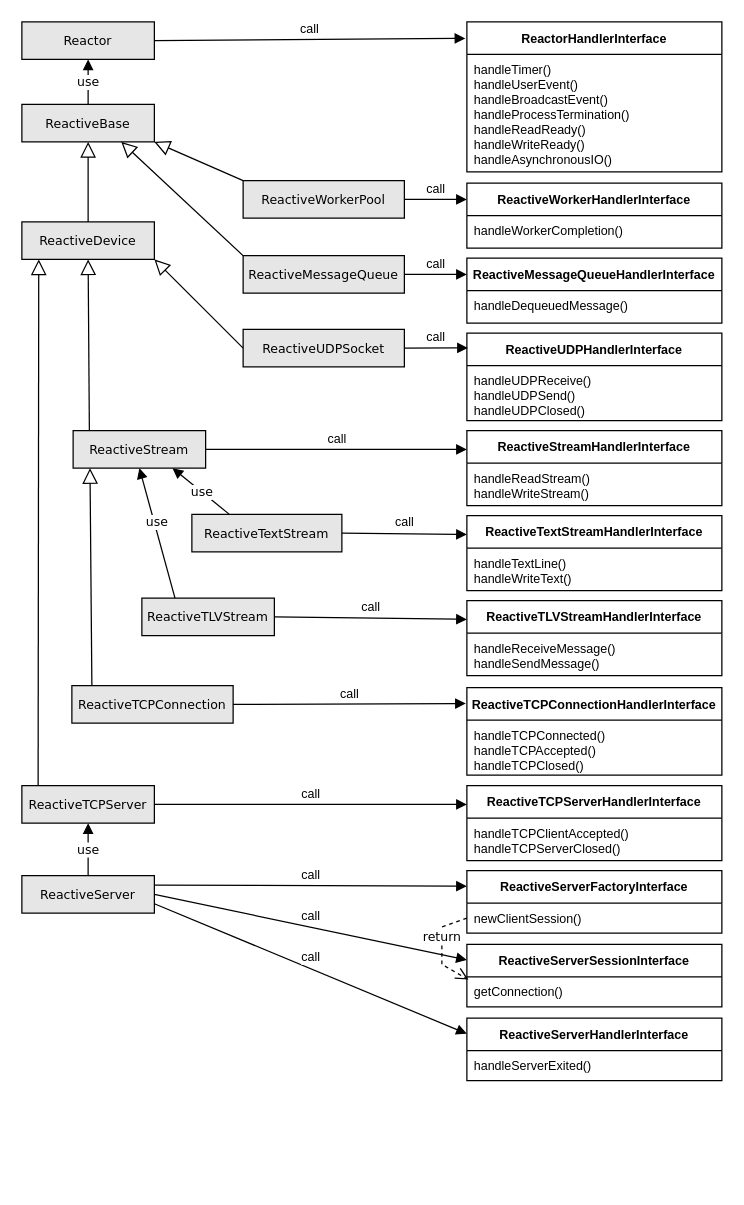
The draw.io diagram diagrams/reactive-interfaces.drawio in tsduck/tsduck-presentations, before the edit. Source tidied: cells renumbered, new cells numbered last; positions are measured from the earlier drawing's top-left corner, leaving out a move shared by most shapes. Both pictures are drawn from the tidied source at 125%, with x=0, y=0 at pixel (21, 21).
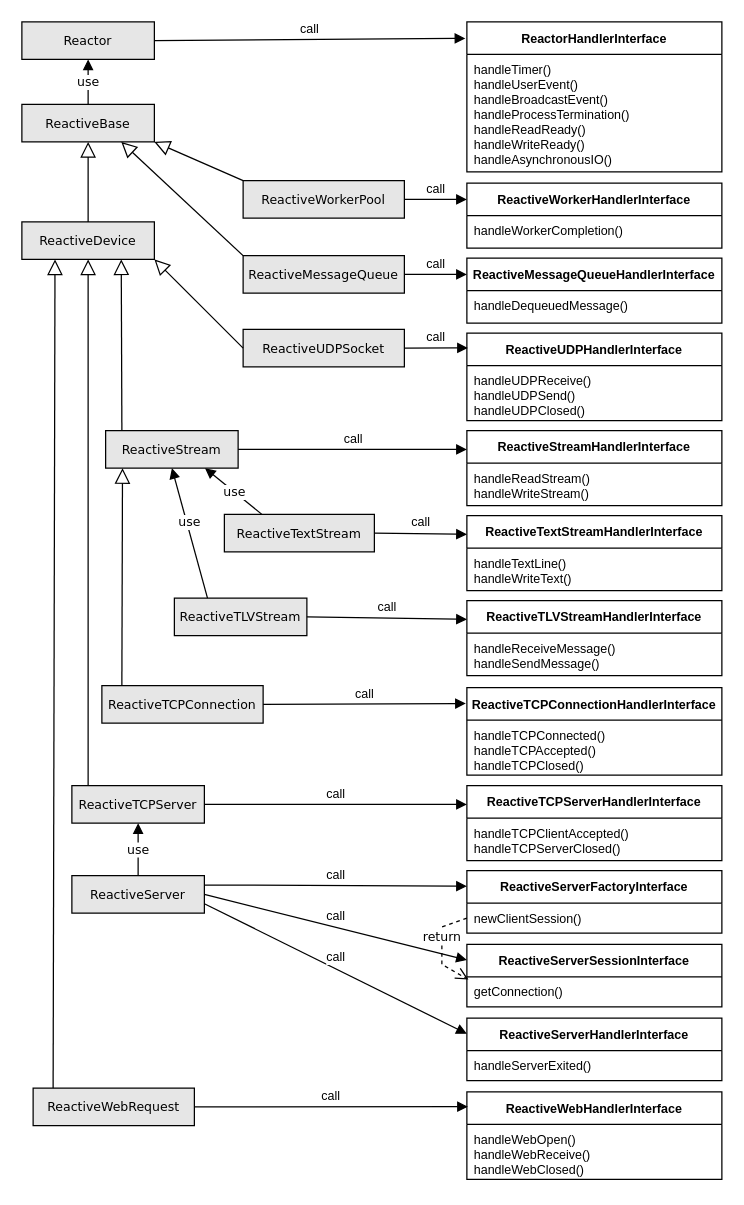
The same page after the edit.

The change refers to these unchanged cells:
```xml
<mxCell id="6" value="ReactiveDevice" style="html=1;whiteSpace=wrap;points=[[0,0,0,0,0],[0,0.25,0,0,0],[0,0.5,0,0,0],[0,0.75,0,0,0],[0,1,0,0,0],[0.127273,1,0,0,0],[0.25,0,0,0,0],[0.25,1,0,0,0],[0.381818,1,0,0,0],[0.383333,0,0,0,0],[0.5,0,0,0,0],[0.5,1,0,0,0],[0.627273,1,0,0,0],[0.75,0,0,0,0],[0.75,1,0,0,0],[0.881818,1,0,0,0],[1,0,0,0,0],[1,0.25,0,0,0],[1,0.5,0,0,0],[1,0.75,0,0,0],[1,1,0,0,0]];fillColor=#E6E6E6;fontSize=10;fontFamily=Verdana;" parent="1" vertex="1">
  <mxGeometry y="160" width="106" height="30" as="geometry" />
</mxCell>
```

Change to the diagram source:
```diff
@@
-    <mxCell id="12" style="endArrow=block;endSize=10;endFill=0;html=1;rounded=0;exitX=0.122642;exitY=0;exitDx=0;exitDy=0;exitPerimeter=0;fontSize=10;fontFamily=Verdana;entryX=0.127273;entryY=1;entryDx=0;entryDy=0;entryPerimeter=0;" parent="1" edge="1" source="15" target="6">
+    <mxCell id="12" style="endArrow=block;endSize=10;endFill=0;html=1;rounded=0;exitX=0.122642;exitY=0;exitDx=0;exitDy=0;exitPerimeter=0;fontSize=10;fontFamily=Verdana;entryX=0.5;entryY=1;entryDx=0;entryDy=0;entryPerimeter=0;" parent="1" edge="1" source="15" target="6">
       <mxGeometry relative="1" as="geometry" />
     </mxCell>
     <mxCell id="13" value="ReactiveTCPConnection" style="html=1;whiteSpace=wrap;points=[[0,0,0,0,0],[0,0.25,0,0,0],[0,0.5,0,0,0],[0,0.75,0,0,0],[0,1,0,0,0],[0.124031,0,0,0,0],[0.127273,1,0,0,0],[0.25,0,0,0,0],[0.25,1,0,0,0],[0.381818,1,0,0,0],[0.5,0,0,0,0],[0.5,1,0,0,0],[0.627273,1,0,0,0],[0.75,0,0,0,0],[0.75,1,0,0,0],[0.881818,1,0,0,0],[1,0,0,0,0],[1,0.25,0,0,0],[1,0.5,0,0,0],[1,0.75,0,0,0],[1,1,0,0,0]];fillColor=#E6E6E6;fontSize=10;fontFamily=Verdana;" parent="1" vertex="1">
-      <mxGeometry x="40" y="531" width="129" height="30" as="geometry" />
+      <mxGeometry x="64" y="531" width="129" height="30" as="geometry" />
     </mxCell>
     <mxCell id="14" value="ReactiveTextStream" style="html=1;whiteSpace=wrap;points=[[0,0,0,0,0],[0,0.25,0,0,0],[0,0.5,0,0,0],[0,0.75,0,0,0],[0,1,0,0,0],[0.127273,1,0,0,0],[0.25,0,0,0,0],[0.25,1,0,0,0],[0.381818,1,0,0,0],[0.5,0,0,0,0],[0.5,1,0,0,0],[0.627273,1,0,0,0],[0.75,0,0,0,0],[0.75,1,0,0,0],[0.881481,0,0,0,0],[0.881818,1,0,0,0],[1,0,0,0,0],[1,0.25,0,0,0],[1,0.5,0,0,0],[1,0.75,0,0,0],[1,1,0,0,0]];fillColor=#E6E6E6;fontSize=10;fontFamily=Verdana;" parent="1" vertex="1">
-      <mxGeometry x="136" y="394" width="120" height="30" as="geometry" />
+      <mxGeometry x="162" y="394" width="120" height="30" as="geometry" />
     </mxCell>
     <mxCell id="15" value="ReactiveTCPServer" style="html=1;whiteSpace=wrap;points=[[0,0,0,0,0],[0,0.25,0,0,0],[0,0.5,0,0,0],[0,0.75,0,0,0],[0,1,0,0,0],[0.122642,0,0,0,0],[0.127273,1,0,0,0],[0.25,0,0,0,0],[0.25,1,0,0,0],[0.381818,1,0,0,0],[0.5,0,0,0,0],[0.5,1,0,0,0],[0.627273,1,0,0,0],[0.75,0,0,0,0],[0.75,1,0,0,0],[0.881818,1,0,0,0],[1,0,0,0,0],[1,0.25,0,0,0],[1,0.5,0,0,0],[1,0.75,0,0,0],[1,1,0,0,0]];fillColor=#E6E6E6;fontSize=10;fontFamily=Verdana;" parent="1" vertex="1">
-      <mxGeometry y="611" width="106" height="30" as="geometry" />
+      <mxGeometry x="40" y="611" width="106" height="30" as="geometry" />
     </mxCell>
@@
     <mxCell id="19" value="ReactiveTLVStream" style="html=1;whiteSpace=wrap;points=[[0,0,0,0,0],[0,0.25,0,0,0],[0,0.5,0,0,0],[0,0.75,0,0,0],[0,1,0,0,0],[0.127273,1,0,0,0],[0.25,0,0,0,0],[0.25,1,0,0,0],[0.381818,1,0,0,0],[0.5,0,0,0,0],[0.5,1,0,0,0],[0.627273,1,0,0,0],[0.75,0,0,0,0],[0.75,1,0,0,0],[0.881481,0,0,0,0],[0.881818,1,0,0,0],[1,0,0,0,0],[1,0.25,0,0,0],[1,0.5,0,0,0],[1,0.75,0,0,0],[1,1,0,0,0]];fillColor=#E6E6E6;fontSize=10;fontFamily=Verdana;" parent="1" vertex="1">
-      <mxGeometry x="96" y="461" width="106" height="30" as="geometry" />
+      <mxGeometry x="122" y="461" width="106" height="30" as="geometry" />
     </mxCell>
@@
     <mxCell id="21" value="ReactiveStream" style="html=1;whiteSpace=wrap;points=[[0,0,0,0,0],[0,0.25,0,0,0],[0,0.5,0,0,0],[0,0.75,0,0,0],[0,1,0,0,0],[0.122642,0,0,0,0],[0.127273,1,0,0,0],[0.25,0,0,0,0],[0.25,1,0,0,0],[0.381818,1,0,0,0],[0.5,0,0,0,0],[0.5,1,0,0,0],[0.627273,1,0,0,0],[0.75,0,0,0,0],[0.75,1,0,0,0],[0.881818,1,0,0,0],[1,0,0,0,0],[1,0.25,0,0,0],[1,0.5,0,0,0],[1,0.75,0,0,0],[1,1,0,0,0]];fillColor=#E6E6E6;fontSize=10;fontFamily=Verdana;" parent="1" vertex="1">
-      <mxGeometry x="41" y="327" width="106" height="30" as="geometry" />
+      <mxGeometry x="67" y="327" width="106" height="30" as="geometry" />
     </mxCell>
-    <mxCell id="22" style="endArrow=block;endSize=10;endFill=0;html=1;rounded=0;exitX=0.122642;exitY=0;exitDx=0;exitDy=0;exitPerimeter=0;fontSize=10;fontFamily=Verdana;entryX=0.5;entryY=1;entryDx=0;entryDy=0;entryPerimeter=0;" parent="1" edge="1" source="21" target="6">
+    <mxCell id="22" style="endArrow=block;endSize=10;endFill=0;html=1;rounded=0;exitX=0.122642;exitY=0;exitDx=0;exitDy=0;exitPerimeter=0;fontSize=10;fontFamily=Verdana;entryX=0.75;entryY=1;entryDx=0;entryDy=0;entryPerimeter=0;" parent="1" edge="1" source="21" target="6">
       <mxGeometry relative="1" as="geometry" />
     </mxCell>
@@
     <mxCell id="50" value="ReactiveServer" style="html=1;whiteSpace=wrap;points=[[0,0,0,0,0],[0,0.25,0,0,0],[0,0.5,0,0,0],[0,0.75,0,0,0],[0,1,0,0,0],[0.122642,0,0,0,0],[0.127273,1,0,0,0],[0.25,0,0,0,0],[0.25,1,0,0,0],[0.381818,1,0,0,0],[0.5,0,0,0,0],[0.5,1,0,0,0],[0.627273,1,0,0,0],[0.75,0,0,0,0],[0.75,1,0,0,0],[0.881818,1,0,0,0],[1,0,0,0,0],[1,0.25,0,0,0],[1,0.5,0,0,0],[1,0.75,0,0,0],[1,1,0,0,0]];fillColor=#E6E6E6;fontSize=10;fontFamily=Verdana;" parent="1" vertex="1">
-      <mxGeometry y="683" width="106" height="30" as="geometry" />
+      <mxGeometry x="40" y="683" width="106" height="30" as="geometry" />
     </mxCell>
@@
+    <mxCell id="62" value="&lt;b&gt;ReactiveWebHandlerInterface&lt;/b&gt;" style="swimlane;fontStyle=0;horizontal=1;startSize=26;fillColor=none;whiteSpace=wrap;html=1;fontSize=10;" parent="1" vertex="1">
+      <mxGeometry x="356" y="856" width="204" height="70" as="geometry" />
+    </mxCell>
+    <mxCell id="63" value="&lt;div&gt;handleWebOpen&lt;span style=&quot;background-color: transparent; color: light-dark(rgb(0, 0, 0), rgb(255, 255, 255));&quot;&gt;()&lt;/span&gt;&lt;/div&gt;handleWebReceive()&lt;div&gt;handleWebClosed&lt;span style=&quot;background-color: transparent; color: light-dark(rgb(0, 0, 0), rgb(255, 255, 255));&quot;&gt;()&lt;/span&gt;&lt;/div&gt;" style="text;strokeColor=none;fillColor=none;align=left;verticalAlign=top;spacingLeft=4;spacingRight=4;overflow=hidden;whiteSpace=wrap;html=1;fontSize=10;" parent="62" vertex="1">
+      <mxGeometry y="26" width="204" height="44" as="geometry" />
+    </mxCell>
+    <mxCell id="64" value="call" style="html=1;verticalAlign=bottom;endArrow=block;curved=0;rounded=0;exitX=1;exitY=0.5;exitDx=0;exitDy=0;exitPerimeter=0;fontSize=10;entryX=0.004;entryY=0.169;entryDx=0;entryDy=0;entryPerimeter=0;" parent="1" edge="1" source="65" target="62">
+      <mxGeometry relative="1" as="geometry" />
+    </mxCell>
+    <mxCell id="65" value="ReactiveWebRequest" style="html=1;whiteSpace=wrap;points=[[0,0,0,0,0],[0,0.25,0,0,0],[0,0.5,0,0,0],[0,0.75,0,0,0],[0,1,0,0,0],[0.124031,0,0,0,0],[0.127273,1,0,0,0],[0.25,0,0,0,0],[0.25,1,0,0,0],[0.381818,1,0,0,0],[0.5,0,0,0,0],[0.5,1,0,0,0],[0.627273,1,0,0,0],[0.75,0,0,0,0],[0.75,1,0,0,0],[0.881818,1,0,0,0],[1,0,0,0,0],[1,0.25,0,0,0],[1,0.5,0,0,0],[1,0.75,0,0,0],[1,1,0,0,0]];fillColor=#E6E6E6;fontSize=10;fontFamily=Verdana;" parent="1" vertex="1">
+      <mxGeometry x="9" y="853" width="129" height="30" as="geometry" />
+    </mxCell>
+    <mxCell id="66" style="endArrow=block;endSize=10;endFill=0;html=1;rounded=0;fontSize=10;fontFamily=Verdana;entryX=0.25;entryY=1;entryDx=0;entryDy=0;entryPerimeter=0;exitX=0.124031;exitY=0;exitDx=0;exitDy=0;exitPerimeter=0;" parent="1" edge="1" source="65" target="6">
+      <mxGeometry relative="1" as="geometry" />
+    </mxCell>
```
